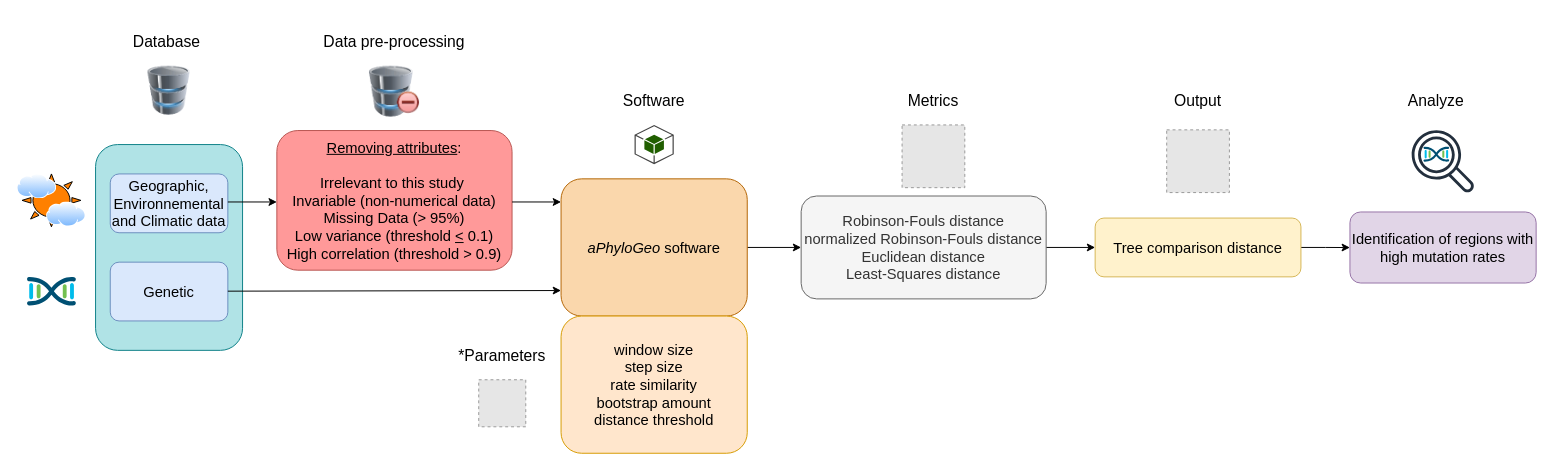
This is papers/Gagnon_Kebe_Tahiri/diagram.drawio from scipy-conference/scipy_proceedings, a draw.io file, before an edit. Source tidied: cells renumbered, new cells numbered last; positions are measured from the earlier drawing's top-left corner, leaving out a move shared by most shapes. Both pictures are drawn from the tidied source at 98%, with x=0, y=0 at pixel (17, 17). Pictures stored in the file or linked from it are replaced by grey dashed boxes.
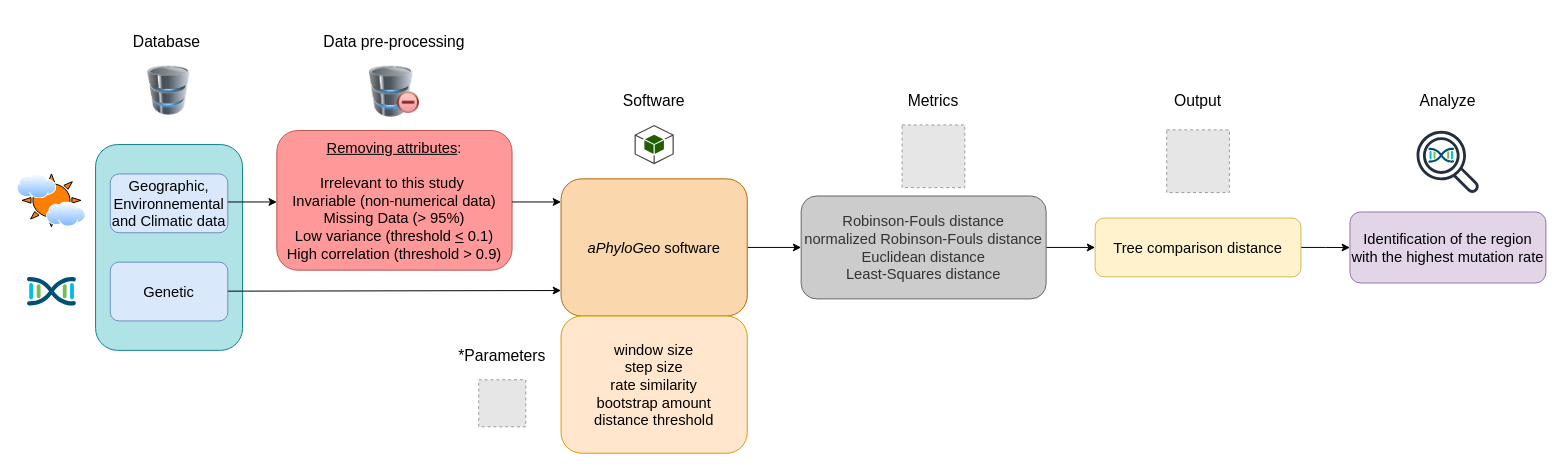
Above is the later version.

Commit message:
Mettre à jour diagram.drawio

Change to the diagram source:
```diff
@@
-    <mxCell id="22" value="&lt;div style=&quot;margin-top: 0px; margin-bottom: 0px; padding-left: 0px; padding-right: 0px; font-size: 15px;&quot;&gt;&lt;span style=&quot;background-color: initial; font-size: 15px;&quot;&gt;Robinson-Fouls distance&lt;br&gt;&lt;/span&gt;&lt;span style=&quot;background-color: initial; font-size: 15px;&quot;&gt;normalized Robinson-Fouls distance&lt;br&gt;&lt;/span&gt;&lt;span style=&quot;font-size: 15px;&quot;&gt;Euclidean distance&lt;/span&gt;&lt;br style=&quot;&quot;&gt;&lt;span style=&quot;font-size: 15px;&quot;&gt;Least-Squares distance&lt;/span&gt;&lt;/div&gt;" style="rounded=1;whiteSpace=wrap;html=1;align=center;fillColor=#f5f5f5;strokeColor=#666666;fontColor=#333333;" parent="1" vertex="1">
+    <mxCell id="22" value="&lt;div style=&quot;margin-top: 0px; margin-bottom: 0px; padding-left: 0px; padding-right: 0px; font-size: 15px;&quot;&gt;&lt;span style=&quot;background-color: initial; font-size: 15px;&quot;&gt;Robinson-Fouls distance&lt;br&gt;&lt;/span&gt;&lt;span style=&quot;background-color: initial; font-size: 15px;&quot;&gt;normalized Robinson-Fouls distance&lt;br&gt;&lt;/span&gt;&lt;span style=&quot;font-size: 15px;&quot;&gt;Euclidean distance&lt;/span&gt;&lt;br style=&quot;&quot;&gt;&lt;span style=&quot;font-size: 15px;&quot;&gt;Least-Squares distance&lt;/span&gt;&lt;/div&gt;" style="rounded=1;whiteSpace=wrap;html=1;align=center;fillColor=#CCCCCC;strokeColor=#666666;fontColor=#333333;" parent="1" vertex="1">
       <mxGeometry x="800" y="182.5" width="250" height="105" as="geometry" />
     </mxCell>
-    <mxCell id="23" value="&lt;font style=&quot;font-size: 15px;&quot;&gt;Identification of regions with high mutation rates&lt;/font&gt;" style="rounded=1;whiteSpace=wrap;html=1;align=center;fillColor=#e1d5e7;strokeColor=#9673a6;" parent="1" vertex="1">
-      <mxGeometry x="1360" y="198.8" width="190" height="72.5" as="geometry" />
+    <mxCell id="23" value="&lt;font style=&quot;font-size: 15px;&quot;&gt;Identification of the region with the highest mutation rate&lt;/font&gt;" style="rounded=1;whiteSpace=wrap;html=1;align=center;fillColor=#e1d5e7;strokeColor=#9673a6;" parent="1" vertex="1">
+      <mxGeometry x="1360" y="198.8" width="200" height="72.5" as="geometry" />
     </mxCell>
@@
     <mxCell id="30" value="Analyze" style="text;html=1;align=center;verticalAlign=middle;whiteSpace=wrap;rounded=0;fontSize=16;" parent="1" vertex="1">
-      <mxGeometry x="1419.4" y="60" width="57.5" height="50" as="geometry" />
+      <mxGeometry x="1431.2" y="60" width="57.5" height="50" as="geometry" />
     </mxCell>
     <mxCell id="31" style="verticalLabelPosition=bottom;sketch=0;html=1;verticalAlign=top;align=center;shape=mxgraph.cisco19.cisco_dna;fillColor=#005073;strokeColor=none;" parent="1" vertex="1">
-      <mxGeometry x="1435" y="132.1" width="26.3" height="15.8" as="geometry" />
+      <mxGeometry x="1440" y="133.1" width="26.3" height="15.8" as="geometry" />
     </mxCell>
     <mxCell id="32" style="sketch=0;fontColor=#232F3E;gradientColor=none;fillColor=#232F3D;strokeColor=none;dashed=0;verticalLabelPosition=bottom;verticalAlign=top;align=center;html=1;fontSize=12;fontStyle=0;shape=mxgraph.aws4.magnifying_glass_2;" parent="1" vertex="1">
-      <mxGeometry x="1423" y="115" width="64" height="64" as="geometry" />
+      <mxGeometry x="1428" y="115.7" width="64" height="64" as="geometry" />
     </mxCell>
```
